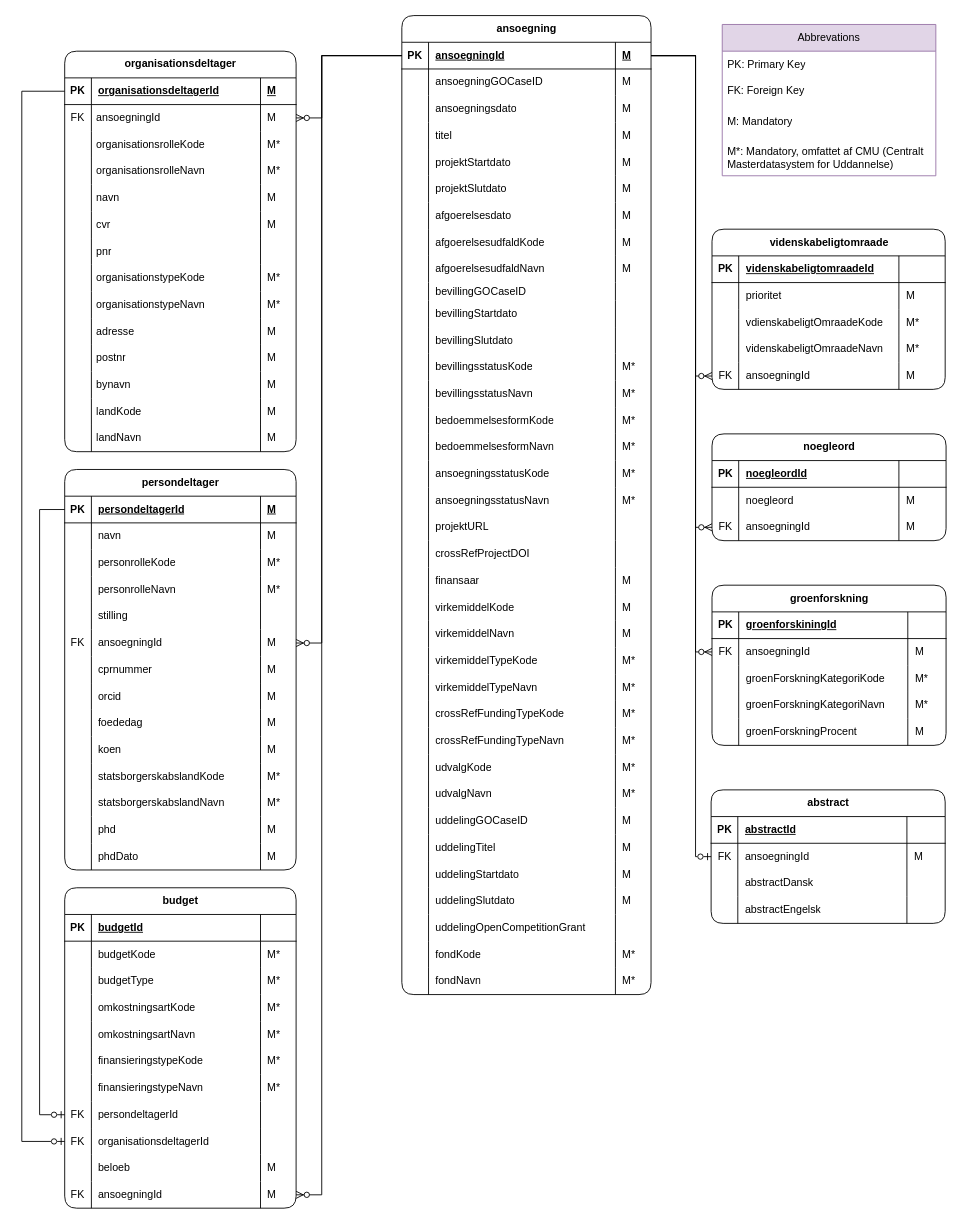
Above: page "NY Raw" (4 of 5) of Grants model.drawio in thomas-lange-dk/Grants (draw.io), before the change. Source tidied: cells renumbered, new cells numbered last; positions are measured from the earlier drawing's top-left corner, leaving out a move shared by most shapes. Both pictures are drawn from the tidied source at 89%, with x=0, y=0 at pixel (21, 15).
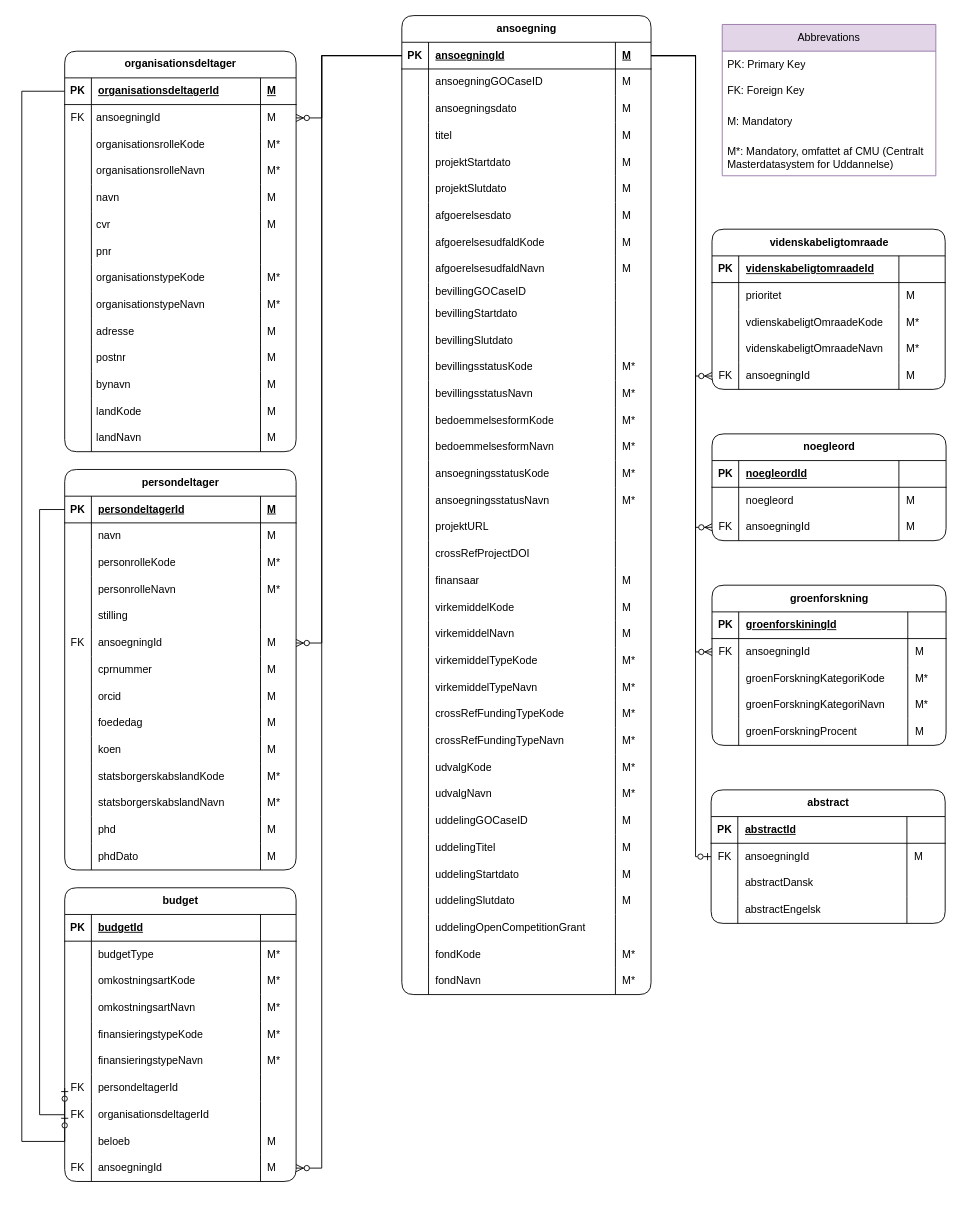
The same page after the edit.

The change refers to these unchanged cells:
```xml
<mxCell id="101" value="PK" style="shape=partialRectangle;fillColor=none;top=0;left=0;bottom=0;right=0;fontStyle=1;overflow=hidden;whiteSpace=wrap;html=1;shadow=0;" parent="100" vertex="1">
  <mxGeometry width="30" height="30" as="geometry" />
</mxCell>
<mxCell id="345" value="M" style="shape=partialRectangle;fillColor=none;top=0;left=0;bottom=0;right=0;align=left;spacingLeft=6;overflow=hidden;whiteSpace=wrap;html=1;shadow=0;" parent="342" vertex="1">
  <mxGeometry x="220" width="40" height="30" as="geometry" />
</mxCell>
```

Diff of the diagram source:
```diff
@@
     <mxCell id="301" value="budget" style="shape=table;startSize=30;childLayout=tableLayout;rowLines=0;fontStyle=1;align=center;html=1;shadow=0;rounded=1;" parent="1" vertex="1">
-      <mxGeometry x="48.2" y="980" width="260" height="360" as="geometry" />
+      <mxGeometry x="48.2" y="980" width="260" height="330" as="geometry" />
     </mxCell>
@@
-    <mxCell id="306" style="shape=tableRow;horizontal=0;startSize=0;swimlaneHead=0;swimlaneBody=0;fillColor=none;top=0;left=0;right=0;bottom=0;shadow=0;" parent="301" vertex="1">
-      <mxGeometry y="60" width="260" height="30" as="geometry" />
-    </mxCell>
-    <mxCell id="307" style="shape=partialRectangle;fillColor=none;top=0;left=0;bottom=0;right=0;overflow=hidden;whiteSpace=wrap;html=1;shadow=0;" parent="306" vertex="1">
-      <mxGeometry width="30" height="30" as="geometry" />
-    </mxCell>
-    <mxCell id="308" value="budgetKode" style="shape=partialRectangle;fillColor=none;top=0;left=0;bottom=0;right=0;align=left;spacingLeft=6;overflow=hidden;whiteSpace=wrap;html=1;shadow=0;" parent="306" vertex="1">
-      <mxGeometry x="30" width="190" height="30" as="geometry" />
-    </mxCell>
-    <mxCell id="309" value="M*" style="shape=partialRectangle;fillColor=none;top=0;left=0;bottom=0;right=0;align=left;spacingLeft=6;overflow=hidden;whiteSpace=wrap;html=1;shadow=0;" parent="306" vertex="1">
-      <mxGeometry x="220" width="40" height="30" as="geometry" />
-    </mxCell>
     <mxCell id="310" style="shape=tableRow;horizontal=0;startSize=0;swimlaneHead=0;swimlaneBody=0;fillColor=none;top=0;left=0;right=0;bottom=0;shadow=0;" parent="301" vertex="1">
-      <mxGeometry y="90" width="260" height="30" as="geometry" />
+      <mxGeometry y="60" width="260" height="30" as="geometry" />
     </mxCell>
@@
     <mxCell id="314" style="shape=tableRow;horizontal=0;startSize=0;swimlaneHead=0;swimlaneBody=0;fillColor=none;top=0;left=0;right=0;bottom=0;shadow=0;" parent="301" vertex="1">
-      <mxGeometry y="120" width="260" height="30" as="geometry" />
+      <mxGeometry y="90" width="260" height="30" as="geometry" />
     </mxCell>
@@
     <mxCell id="318" style="shape=tableRow;horizontal=0;startSize=0;swimlaneHead=0;swimlaneBody=0;fillColor=none;top=0;left=0;right=0;bottom=0;shadow=0;" parent="301" vertex="1">
-      <mxGeometry y="150" width="260" height="30" as="geometry" />
+      <mxGeometry y="120" width="260" height="30" as="geometry" />
     </mxCell>
@@
     <mxCell id="322" style="shape=tableRow;horizontal=0;startSize=0;swimlaneHead=0;swimlaneBody=0;fillColor=none;top=0;left=0;right=0;bottom=0;shadow=0;" parent="301" vertex="1">
-      <mxGeometry y="180" width="260" height="30" as="geometry" />
+      <mxGeometry y="150" width="260" height="30" as="geometry" />
     </mxCell>
@@
     <mxCell id="326" style="shape=tableRow;horizontal=0;startSize=0;swimlaneHead=0;swimlaneBody=0;fillColor=none;top=0;left=0;right=0;bottom=0;shadow=0;" parent="301" vertex="1">
-      <mxGeometry y="210" width="260" height="30" as="geometry" />
+      <mxGeometry y="180" width="260" height="30" as="geometry" />
     </mxCell>
@@
     <mxCell id="330" style="shape=tableRow;horizontal=0;startSize=0;swimlaneHead=0;swimlaneBody=0;fillColor=none;top=0;left=0;right=0;bottom=0;shadow=0;" parent="301" vertex="1">
-      <mxGeometry y="240" width="260" height="30" as="geometry" />
+      <mxGeometry y="210" width="260" height="30" as="geometry" />
     </mxCell>
@@
     <mxCell id="334" style="shape=tableRow;horizontal=0;startSize=0;swimlaneHead=0;swimlaneBody=0;fillColor=none;top=0;left=0;right=0;bottom=0;shadow=0;" parent="301" vertex="1">
-      <mxGeometry y="270" width="260" height="30" as="geometry" />
+      <mxGeometry y="240" width="260" height="30" as="geometry" />
     </mxCell>
@@
     <mxCell id="338" style="shape=tableRow;horizontal=0;startSize=0;swimlaneHead=0;swimlaneBody=0;fillColor=none;top=0;left=0;right=0;bottom=0;shadow=0;" parent="301" vertex="1">
-      <mxGeometry y="300" width="260" height="30" as="geometry" />
+      <mxGeometry y="270" width="260" height="30" as="geometry" />
     </mxCell>
@@
     <mxCell id="342" style="shape=tableRow;horizontal=0;startSize=0;swimlaneHead=0;swimlaneBody=0;fillColor=none;top=0;left=0;right=0;bottom=0;shadow=0;" parent="301" vertex="1">
-      <mxGeometry y="330" width="260" height="30" as="geometry" />
+      <mxGeometry y="300" width="260" height="30" as="geometry" />
     </mxCell>
@@
     <mxCell id="350" style="edgeStyle=orthogonalEdgeStyle;fontSize=12;html=1;endArrow=ERzeroToMany;endFill=1;rounded=0;shadow=0;entryX=1;entryY=0.5;entryDx=0;entryDy=0;exitX=0;exitY=0.5;exitDx=0;exitDy=0;" parent="1" edge="1" source="101" target="345">
       <mxGeometry relative="1" as="geometry">
         <Array as="points">
           <mxPoint x="337" y="45" />
-          <mxPoint x="337" y="1325" />
+          <mxPoint x="337" y="1295" />
         </Array>
       </mxGeometry>
     </mxCell>
```
